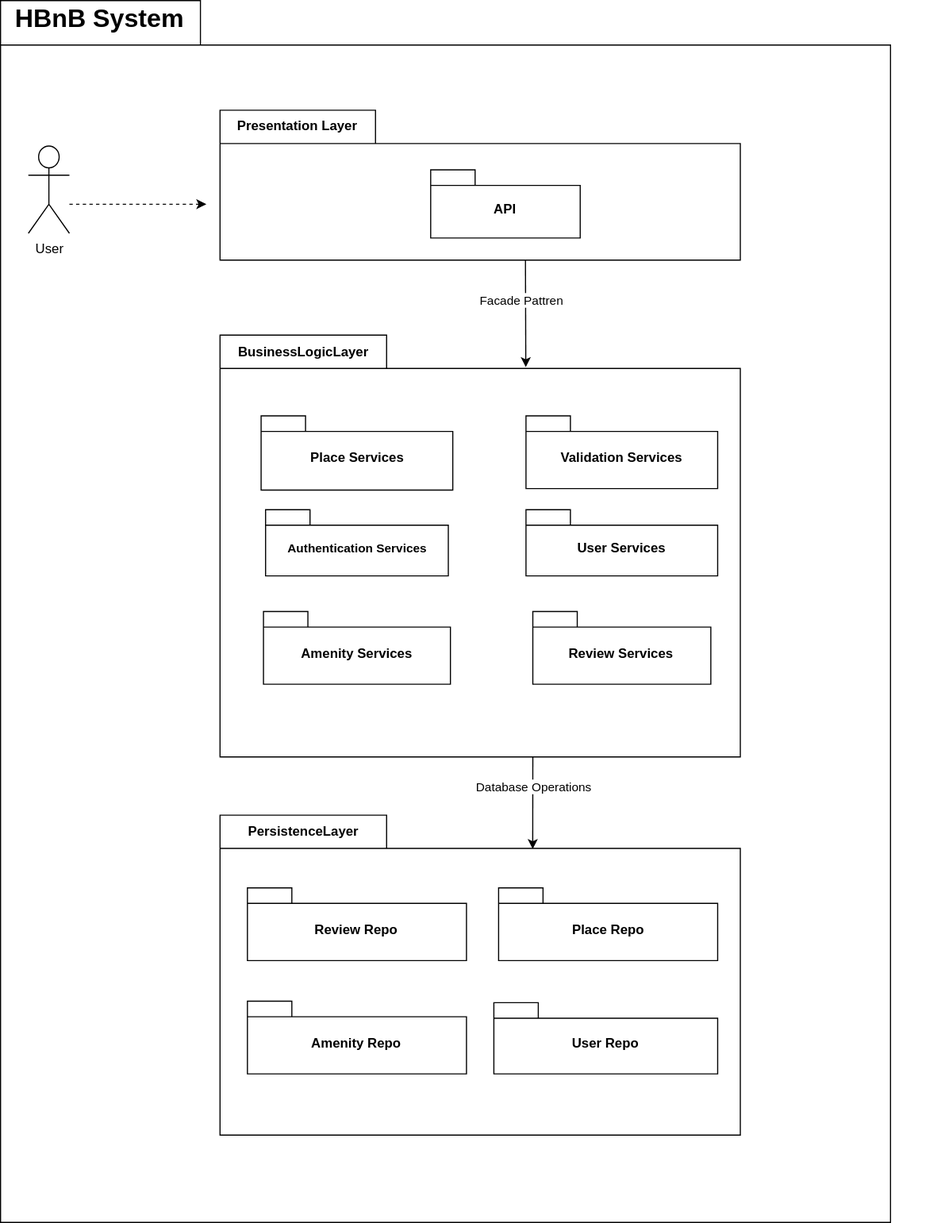
t8pr/holbertonschool-hbnb keeps this draw.io diagram as part1/SoftwareArchitecturePatterns/Hbnb_High_Level_Package_Diagram.svg. Above is the earlier version. Source tidied: cells renumbered, new cells last; positions are measured from the earlier drawing's top-left corner, leaving out a move shared by most shapes.
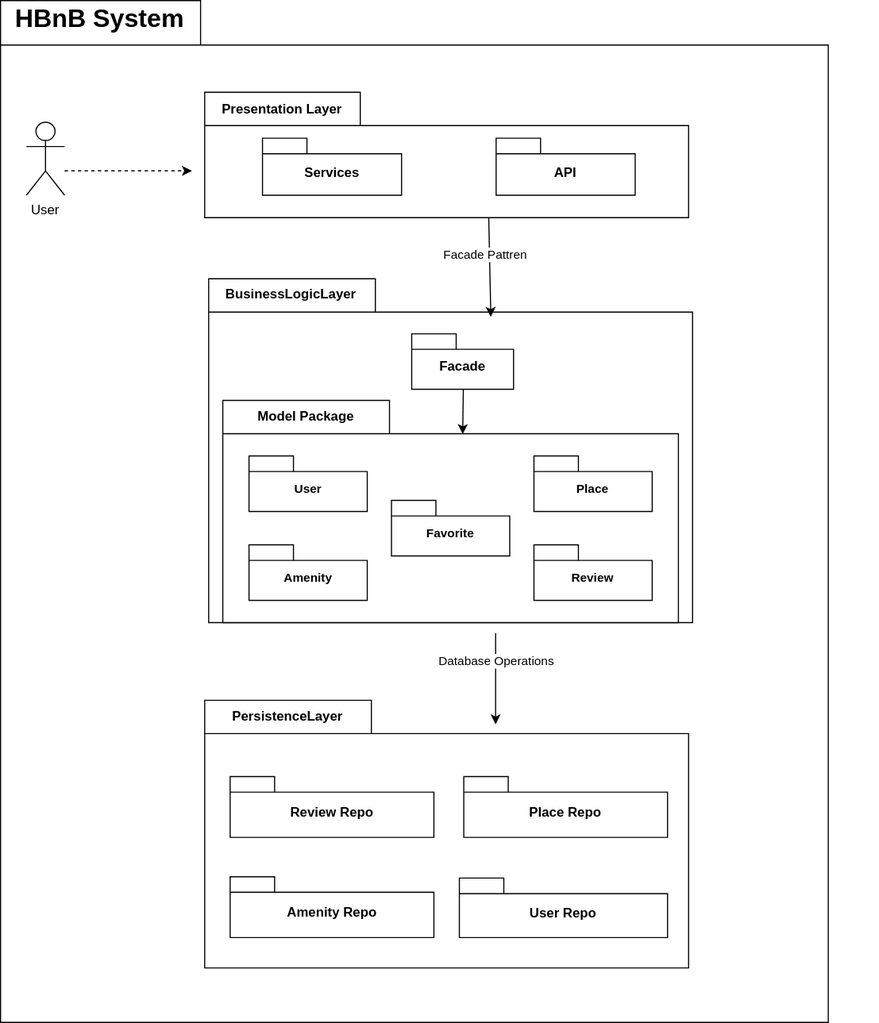
Above is the later version.

Commit message:
added facde package to business logic layer

The edit, as a diff of the source:
```diff
@@ -2,24 +2,25 @@
   <root>
     <mxCell id="0" />
     <mxCell id="1" parent="0" />
-    <mxCell id="2" style="group;" parent="1" vertex="1">
-      <mxGeometry width="850" height="1100" as="geometry" />
-    </mxCell>
-    <mxCell id="3" style="html=1;strokeColor=none;fillColor=none;whiteSpace=wrap;" parent="2" vertex="1">
-      <mxGeometry x="765" y="112.8" width="85" height="42.3" as="geometry" />
-    </mxCell>
-    <mxCell id="4" value="&lt;font style=&quot;font-size: 23px; color: light-dark(rgb(0, 0, 0), rgb(0, 0, 0));&quot;&gt;&lt;b&gt;&amp;nbsp;HBnB System&lt;/b&gt;&lt;/font&gt;" style="shape=folder;xSize=90;align=left;spacingLeft=10;align=left;verticalAlign=top;spacingLeft=5;spacingTop=-4;tabWidth=180;tabHeight=40;tabPosition=left;html=1;strokeColor=light-dark(#000000,#000000);fillColor=light-dark(#FFFFFF,#FFFFFF);" parent="2" vertex="1">
-      <mxGeometry width="801.4" height="1100" as="geometry" />
+    <mxCell id="4" value="&lt;font style=&quot;font-size: 23px; color: light-dark(rgb(0, 0, 0), rgb(0, 0, 0));&quot;&gt;&lt;b&gt;&amp;nbsp;HBnB System&lt;/b&gt;&lt;/font&gt;" style="shape=folder;xSize=90;align=left;spacingLeft=10;align=left;verticalAlign=top;spacingLeft=5;spacingTop=-4;tabWidth=180;tabHeight=40;tabPosition=left;html=1;strokeColor=light-dark(#000000,#000000);fillColor=light-dark(#FFFFFF,#FFFFFF);" parent="1" vertex="1">
+      <mxGeometry x="50" y="70" width="744.9" height="920" as="geometry" />
     </mxCell>
-    <mxCell id="5" value="&lt;font style=&quot;font-size: 12px; color: light-dark(rgb(0, 0, 0), rgb(0, 0, 0));&quot;&gt;BusinessLogicLayer&lt;/font&gt;" style="shape=folder;fontStyle=1;tabWidth=150;tabHeight=30;tabPosition=left;html=1;boundedLbl=1;labelInHeader=1;whiteSpace=wrap;shadow=0;strokeColor=light-dark(#000000,#000000);fillColor=light-dark(#FFFFFF,#FFFFFF);" parent="2" vertex="1">
-      <mxGeometry x="197.6" y="301.2" width="468.5" height="379.8" as="geometry" />
+    <mxCell id="5" value="&lt;font style=&quot;font-size: 12px; color: light-dark(rgb(0, 0, 0), rgb(0, 0, 0));&quot;&gt;BusinessLogicLayer&lt;/font&gt;" style="shape=folder;fontStyle=1;tabWidth=150;tabHeight=30;tabPosition=left;html=1;boundedLbl=1;labelInHeader=1;whiteSpace=wrap;shadow=0;strokeColor=light-dark(#000000,#000000);fillColor=light-dark(#FFFFFF,#FFFFFF);" parent="1" vertex="1">
+      <mxGeometry x="237.3" y="320.5" width="435.4" height="309.5" as="geometry" />
     </mxCell>
+    <mxCell id="25" value="&lt;font style=&quot;font-size: 12px; color: light-dark(rgb(0, 0, 0), rgb(0, 0, 0));&quot;&gt;Model Package&lt;/font&gt;" style="shape=folder;fontStyle=1;tabWidth=150;tabHeight=30;tabPosition=left;html=1;boundedLbl=1;labelInHeader=1;whiteSpace=wrap;shadow=0;strokeColor=light-dark(#000000,#000000);fillColor=light-dark(#FFFFFF,#FFFFFF);" parent="1" vertex="1">
+      <mxGeometry x="250" y="430" width="410" height="200" as="geometry" />
+    </mxCell>
+    <mxCell id="3" style="html=1;strokeColor=none;fillColor=none;whiteSpace=wrap;" parent="1" vertex="1">
+      <mxGeometry x="761" y="164.4" width="79" height="35.4" as="geometry" />
+    </mxCell>
-    <mxCell id="6" value="&lt;font style=&quot;font-size: 12px; color: light-dark(rgb(0, 0, 0), rgb(0, 0, 0));&quot;&gt;Presentation Layer&lt;/font&gt;" style="shape=folder;fontStyle=1;tabWidth=140;tabHeight=30;tabPosition=left;html=1;boundedLbl=1;labelInHeader=1;whiteSpace=wrap;strokeColor=light-dark(#000000,#000000);fillColor=light-dark(#FFFFFF,#FFFFFF);" parent="2" vertex="1">
-      <mxGeometry x="197.6" y="98.7" width="468.5" height="135" as="geometry" />
+    <mxCell id="6" value="&lt;font style=&quot;font-size: 12px; color: light-dark(rgb(0, 0, 0), rgb(0, 0, 0));&quot;&gt;Presentation Layer&lt;/font&gt;" style="shape=folder;fontStyle=1;tabWidth=140;tabHeight=30;tabPosition=left;html=1;boundedLbl=1;labelInHeader=1;whiteSpace=wrap;strokeColor=light-dark(#000000,#000000);fillColor=light-dark(#FFFFFF,#FFFFFF);" parent="1" vertex="1">
+      <mxGeometry x="233.7" y="152.6" width="435.5" height="112.9" as="geometry" />
     </mxCell>
-    <mxCell id="7" style="endArrow=none;html=1;rounded=0;entryX=0.5;entryY=1;entryDx=0;entryDy=0;entryPerimeter=0;endFill=0;startArrow=classic;startFill=1;strokeColor=light-dark(#000000,#000000);exitX=0.601;exitY=0.106;exitDx=0;exitDy=0;exitPerimeter=0;" parent="2" edge="1" source="9">
+    <mxCell id="7" style="endArrow=none;html=1;rounded=0;entryX=0.5;entryY=1;entryDx=0;entryDy=0;entryPerimeter=0;endFill=0;startArrow=classic;startFill=1;exitX=0.5;exitY=0.159;exitDx=0;exitDy=0;exitPerimeter=0;strokeColor=light-dark(#000000,#000000);" parent="1" edge="1">
       <mxGeometry relative="1" as="geometry">
-        <mxPoint x="479.3" y="681" as="targetPoint" />
+        <mxPoint x="495.5" y="721.6" as="sourcePoint" />
+        <mxPoint x="495.5" y="639.5" as="targetPoint" />
       </mxGeometry>
     </mxCell>
     <mxCell id="8" value="&lt;font style=&quot;color: light-dark(rgb(0, 0, 0), rgb(0, 0, 0)); background-color: light-dark(rgb(255, 255, 255), rgb(255, 255, 255));&quot;&gt;Database Operations&lt;/font&gt;" style="edgeLabel;html=1;align=center;verticalAlign=middle;strokeColor=light-dark(#000000,#000000);fillColor=light-dark(transparent,#FFFFFF);" parent="7" vertex="1">
@@ -27,18 +28,18 @@
         <mxPoint x="-5" y="-24" as="offset" />
       </mxGeometry>
     </mxCell>
-    <mxCell id="9" value="&lt;font style=&quot;color: light-dark(rgb(0, 0, 0), rgb(0, 0, 0));&quot;&gt;PersistenceLayer&lt;/font&gt;" style="shape=folder;fontStyle=1;tabWidth=150;tabHeight=30;tabPosition=left;html=1;boundedLbl=1;labelInHeader=1;whiteSpace=wrap;strokeColor=light-dark(#000000,#000000);fillColor=light-dark(#FFFFFF,#FFFFFF);" parent="2" vertex="1">
-      <mxGeometry x="197.6" y="733.3" width="468.5" height="288.1" as="geometry" />
+    <mxCell id="9" value="&lt;font style=&quot;color: light-dark(rgb(0, 0, 0), rgb(0, 0, 0));&quot;&gt;PersistenceLayer&lt;/font&gt;" style="shape=folder;fontStyle=1;tabWidth=150;tabHeight=30;tabPosition=left;html=1;boundedLbl=1;labelInHeader=1;whiteSpace=wrap;strokeColor=light-dark(#000000,#000000);fillColor=light-dark(#FFFFFF,#FFFFFF);" parent="1" vertex="1">
+      <mxGeometry x="233.7" y="700" width="435.5" height="241" as="geometry" />
     </mxCell>
-    <mxCell id="10" value="&lt;font style=&quot;color: light-dark(rgb(0, 0, 0), rgb(0, 0, 0));&quot;&gt;User Repo&lt;/font&gt;" style="shape=folder;fontStyle=1;spacingTop=10;tabWidth=40;tabHeight=14;tabPosition=left;html=1;whiteSpace=wrap;strokeColor=light-dark(#000000,#000000);fillColor=light-dark(#FFFFFF,#FFFFFF);" parent="2" vertex="1">
-      <mxGeometry x="444.2" y="902.2" width="201.5" height="64.1" as="geometry" />
+    <mxCell id="10" value="&lt;font style=&quot;color: light-dark(rgb(0, 0, 0), rgb(0, 0, 0));&quot;&gt;User Repo&lt;/font&gt;" style="shape=folder;fontStyle=1;spacingTop=10;tabWidth=40;tabHeight=14;tabPosition=left;html=1;whiteSpace=wrap;strokeColor=light-dark(#000000,#000000);fillColor=light-dark(#FFFFFF,#FFFFFF);" parent="1" vertex="1">
+      <mxGeometry x="462.9" y="860" width="187.3" height="53.6" as="geometry" />
     </mxCell>
-    <mxCell id="11" value="&lt;font style=&quot;color: light-dark(rgb(0, 0, 0), rgb(0, 0, 0));&quot;&gt;Place Repo&lt;/font&gt;" style="shape=folder;fontStyle=1;spacingTop=10;tabWidth=40;tabHeight=14;tabPosition=left;html=1;whiteSpace=wrap;strokeColor=light-dark(#000000,#000000);fillColor=light-dark(#FFFFFF,#FFFFFF);" parent="2" vertex="1">
-      <mxGeometry x="448.5" y="798.8" width="197.3" height="65.5" as="geometry" />
+    <mxCell id="11" value="&lt;font style=&quot;color: light-dark(rgb(0, 0, 0), rgb(0, 0, 0));&quot;&gt;Place Repo&lt;/font&gt;" style="shape=folder;fontStyle=1;spacingTop=10;tabWidth=40;tabHeight=14;tabPosition=left;html=1;whiteSpace=wrap;strokeColor=light-dark(#000000,#000000);fillColor=light-dark(#FFFFFF,#FFFFFF);" parent="1" vertex="1">
+      <mxGeometry x="466.8" y="768.7" width="183.3" height="54.8" as="geometry" />
     </mxCell>
-    <mxCell id="12" style="endArrow=none;html=1;rounded=0;entryX=0.587;entryY=0.999;entryDx=0;entryDy=0;entryPerimeter=0;endFill=0;startArrow=classic;startFill=1;strokeColor=light-dark(#000000,#000000);" parent="2" edge="1" target="6">
+    <mxCell id="12" style="endArrow=none;html=1;rounded=0;entryX=0.587;entryY=0.999;entryDx=0;entryDy=0;entryPerimeter=0;endFill=0;startArrow=classic;startFill=1;strokeColor=light-dark(#000000,#000000);" parent="1" edge="1" target="6">
       <mxGeometry relative="1" as="geometry">
-        <mxPoint x="473" y="330" as="sourcePoint" />
+        <mxPoint x="491.2" y="354.8" as="sourcePoint" />
       </mxGeometry>
     </mxCell>
     <mxCell id="13" value="&lt;font style=&quot;color: light-dark(rgb(0, 0, 0), rgb(0, 0, 0)); background-color: light-dark(rgb(255, 255, 255), rgb(255, 255, 255));&quot;&gt;Facade Pattren&lt;/font&gt;" style="edgeLabel;html=1;align=center;verticalAlign=middle;strokeColor=light-dark(#000000,#000000);fillColor=light-dark(transparent,#FFFFFF);" parent="12" vertex="1">
@@ -46,41 +47,50 @@
         <mxPoint x="-2" y="-21" as="offset" />
       </mxGeometry>
     </mxCell>
-    <mxCell id="14" value="User" style="shape=umlActor;verticalLabelPosition=bottom;verticalAlign=top;html=1;strokeColor=light-dark(#000000,#000000);" parent="2" vertex="1">
-      <mxGeometry x="25" y="131" width="37" height="78.6" as="geometry" />
+    <mxCell id="14" value="User" style="shape=umlActor;verticalLabelPosition=bottom;verticalAlign=top;html=1;strokeColor=light-dark(#000000,#000000);" parent="1" vertex="1">
+      <mxGeometry x="73.3" y="179.5" width="34.4" height="65.7" as="geometry" />
     </mxCell>
-    <mxCell id="15" style="endArrow=classic;html=1;rounded=0;dashed=1;strokeColor=light-dark(#000000,#000000);" parent="2" edge="1">
+    <mxCell id="15" style="endArrow=classic;html=1;rounded=0;dashed=1;strokeColor=light-dark(#000000,#000000);" parent="1" edge="1">
       <mxGeometry relative="1" as="geometry">
-        <mxPoint x="62" y="183.3" as="sourcePoint" />
-        <mxPoint x="185.3" y="183.3" as="targetPoint" />
+        <mxPoint x="107.6" y="223.3" as="sourcePoint" />
+        <mxPoint x="222.2" y="223.3" as="targetPoint" />
       </mxGeometry>
     </mxCell>
-    <mxCell id="16" value="&lt;font style=&quot;color: light-dark(rgb(0, 0, 0), rgb(0, 0, 0));&quot;&gt;User Services&lt;/font&gt;" style="shape=folder;fontStyle=1;spacingTop=10;tabWidth=40;tabHeight=14;tabPosition=left;html=1;whiteSpace=wrap;strokeColor=light-dark(#000000,#000000);fillColor=light-dark(#FFFFFF,#FFFFFF);" parent="2" vertex="1">
-      <mxGeometry x="473.2" y="458.3" width="172.6" height="59.6" as="geometry" />
-    </mxCell>
-    <mxCell id="17" value="&lt;font style=&quot;color: light-dark(rgb(0, 0, 0), rgb(0, 0, 0));&quot;&gt;Place Services&lt;/font&gt;" style="shape=folder;fontStyle=1;spacingTop=10;tabWidth=40;tabHeight=14;tabPosition=left;html=1;whiteSpace=wrap;strokeColor=light-dark(#000000,#000000);fillColor=light-dark(#FFFFFF,#FFFFFF);" parent="2" vertex="1">
-      <mxGeometry x="234.6" y="373.9" width="172.6" height="66.8" as="geometry" />
-    </mxCell>
-    <mxCell id="18" value="&lt;font style=&quot;color: light-dark(rgb(0, 0, 0), rgb(0, 0, 0));&quot;&gt;Validation Services&lt;/font&gt;" style="shape=folder;fontStyle=1;spacingTop=10;tabWidth=40;tabHeight=14;tabPosition=left;html=1;whiteSpace=wrap;strokeColor=light-dark(#000000,#000000);fillColor=light-dark(#FFFFFF,#FFFFFF);" parent="2" vertex="1">
-      <mxGeometry x="473.2" y="373.9" width="172.6" height="65.5" as="geometry" />
+    <mxCell id="18" value="&lt;font style=&quot;color: light-dark(rgb(0, 0, 0), rgb(0, 0, 0));&quot;&gt;Facade&lt;/font&gt;" style="shape=folder;fontStyle=1;spacingTop=10;tabWidth=40;tabHeight=14;tabPosition=left;html=1;whiteSpace=wrap;strokeColor=light-dark(#000000,#000000);fillColor=light-dark(#FFFFFF,#FFFFFF);" parent="1" vertex="1">
+      <mxGeometry x="420" y="370" width="91.6" height="50" as="geometry" />
     </mxCell>
-    <mxCell id="19" value="&lt;font style=&quot;font-size: 11px; color: light-dark(rgb(0, 0, 0), rgb(0, 0, 0));&quot;&gt;Authentication Services&lt;/font&gt;" style="shape=folder;fontStyle=1;spacingTop=10;tabWidth=40;tabHeight=14;tabPosition=left;html=1;whiteSpace=wrap;strokeColor=light-dark(#000000,#000000);fillColor=light-dark(#FFFFFF,#FFFFFF);" parent="2" vertex="1">
-      <mxGeometry x="238.7" y="458.3" width="164.6" height="59.6" as="geometry" />
+    <mxCell id="19" value="&lt;font style=&quot;font-size: 11px; color: light-dark(rgb(0, 0, 0), rgb(0, 0, 0));&quot;&gt;User&lt;/font&gt;" style="shape=folder;fontStyle=1;spacingTop=10;tabWidth=40;tabHeight=14;tabPosition=left;html=1;whiteSpace=wrap;strokeColor=light-dark(#000000,#000000);fillColor=light-dark(#FFFFFF,#FFFFFF);" parent="1" vertex="1">
+      <mxGeometry x="273.6" y="480" width="106.4" height="50" as="geometry" />
     </mxCell>
-    <mxCell id="20" value="&lt;font style=&quot;color: light-dark(rgb(0, 0, 0), rgb(0, 0, 0));&quot;&gt;Amenity Repo&lt;/font&gt;" style="shape=folder;fontStyle=1;spacingTop=10;tabWidth=40;tabHeight=14;tabPosition=left;html=1;whiteSpace=wrap;strokeColor=light-dark(#000000,#000000);fillColor=light-dark(#FFFFFF,#FFFFFF);" parent="2" vertex="1">
-      <mxGeometry x="222.3" y="900.8" width="197.3" height="65.5" as="geometry" />
+    <mxCell id="20" value="&lt;font style=&quot;color: light-dark(rgb(0, 0, 0), rgb(0, 0, 0));&quot;&gt;Amenity Repo&lt;/font&gt;" style="shape=folder;fontStyle=1;spacingTop=10;tabWidth=40;tabHeight=14;tabPosition=left;html=1;whiteSpace=wrap;strokeColor=light-dark(#000000,#000000);fillColor=light-dark(#FFFFFF,#FFFFFF);" parent="1" vertex="1">
+      <mxGeometry x="256.6" y="858.9" width="183.3" height="54.8" as="geometry" />
     </mxCell>
-    <mxCell id="21" value="&lt;font style=&quot;color: light-dark(rgb(0, 0, 0), rgb(0, 0, 0));&quot;&gt;Review Repo&lt;/font&gt;" style="shape=folder;fontStyle=1;spacingTop=10;tabWidth=40;tabHeight=14;tabPosition=left;html=1;whiteSpace=wrap;strokeColor=light-dark(#000000,#000000);fillColor=light-dark(#FFFFFF,#FFFFFF);" parent="2" vertex="1">
-      <mxGeometry x="222.3" y="798.8" width="197.3" height="65.5" as="geometry" />
+    <mxCell id="21" value="&lt;font style=&quot;color: light-dark(rgb(0, 0, 0), rgb(0, 0, 0));&quot;&gt;Review Repo&lt;/font&gt;" style="shape=folder;fontStyle=1;spacingTop=10;tabWidth=40;tabHeight=14;tabPosition=left;html=1;whiteSpace=wrap;strokeColor=light-dark(#000000,#000000);fillColor=light-dark(#FFFFFF,#FFFFFF);" parent="1" vertex="1">
+      <mxGeometry x="256.6" y="768.7" width="183.3" height="54.8" as="geometry" />
     </mxCell>
-    <mxCell id="22" value="&lt;font style=&quot;color: light-dark(rgb(0, 0, 0), rgb(0, 0, 0));&quot;&gt;Review Services&lt;/font&gt;" style="shape=folder;fontStyle=1;spacingTop=10;tabWidth=40;tabHeight=14;tabPosition=left;html=1;whiteSpace=wrap;strokeColor=light-dark(#000000,#000000);fillColor=light-dark(#FFFFFF,#FFFFFF);" parent="2" vertex="1">
-      <mxGeometry x="479.3" y="550" width="160.3" height="65.5" as="geometry" />
-    </mxCell>
-    <mxCell id="23" value="&lt;font style=&quot;color: light-dark(rgb(0, 0, 0), rgb(0, 0, 0));&quot;&gt;Amenity Services&lt;/font&gt;" style="shape=folder;fontStyle=1;spacingTop=10;tabWidth=40;tabHeight=14;tabPosition=left;html=1;whiteSpace=wrap;strokeColor=light-dark(#000000,#000000);fillColor=light-dark(#FFFFFF,#FFFFFF);" parent="2" vertex="1">
-      <mxGeometry x="236.8" y="550" width="168.3" height="65.5" as="geometry" />
-    </mxCell>
-    <mxCell id="24" value="&lt;font style=&quot;color: light-dark(rgb(0, 0, 0), rgb(0, 0, 0));&quot;&gt;API&lt;/font&gt;" style="shape=folder;fontStyle=1;spacingTop=10;tabWidth=40;tabHeight=14;tabPosition=left;html=1;whiteSpace=wrap;strokeColor=light-dark(#000000,#000000);fillColor=light-dark(#FFFFFF,#FFFFFF);" parent="2" vertex="1">
-      <mxGeometry x="387.4" y="152.4" width="134.6" height="61.4" as="geometry" />
+    <mxCell id="24" value="&lt;font style=&quot;color: light-dark(rgb(0, 0, 0), rgb(0, 0, 0));&quot;&gt;Services&lt;/font&gt;" style="shape=folder;fontStyle=1;spacingTop=10;tabWidth=40;tabHeight=14;tabPosition=left;html=1;whiteSpace=wrap;strokeColor=light-dark(#000000,#000000);fillColor=light-dark(#FFFFFF,#FFFFFF);" parent="1" vertex="1">
+      <mxGeometry x="285.7" y="193.9" width="125.1" height="51.3" as="geometry" />
     </mxCell>
+    <mxCell id="26" value="&lt;font style=&quot;color: light-dark(rgb(0, 0, 0), rgb(0, 0, 0));&quot;&gt;API&lt;/font&gt;" style="shape=folder;fontStyle=1;spacingTop=10;tabWidth=40;tabHeight=14;tabPosition=left;html=1;whiteSpace=wrap;strokeColor=light-dark(#000000,#000000);fillColor=light-dark(#FFFFFF,#FFFFFF);" parent="1" vertex="1">
+      <mxGeometry x="496" y="193.9" width="125.1" height="51.3" as="geometry" />
+    </mxCell>
+    <mxCell id="27" value="&lt;font style=&quot;font-size: 11px; color: light-dark(rgb(0, 0, 0), rgb(0, 0, 0));&quot;&gt;Place&lt;/font&gt;" style="shape=folder;fontStyle=1;spacingTop=10;tabWidth=40;tabHeight=14;tabPosition=left;html=1;whiteSpace=wrap;strokeColor=light-dark(#000000,#000000);fillColor=light-dark(#FFFFFF,#FFFFFF);" parent="1" vertex="1">
+      <mxGeometry x="530" y="480" width="106.4" height="50" as="geometry" />
+    </mxCell>
+    <mxCell id="28" value="&lt;font style=&quot;font-size: 11px; color: light-dark(rgb(0, 0, 0), rgb(0, 0, 0));&quot;&gt;Amenity&lt;/font&gt;" style="shape=folder;fontStyle=1;spacingTop=10;tabWidth=40;tabHeight=14;tabPosition=left;html=1;whiteSpace=wrap;strokeColor=light-dark(#000000,#000000);fillColor=light-dark(#FFFFFF,#FFFFFF);" parent="1" vertex="1">
+      <mxGeometry x="273.6" y="560" width="106.4" height="50" as="geometry" />
+    </mxCell>
+    <mxCell id="29" value="&lt;font style=&quot;font-size: 11px; color: light-dark(rgb(0, 0, 0), rgb(0, 0, 0));&quot;&gt;Review&lt;/font&gt;" style="shape=folder;fontStyle=1;spacingTop=10;tabWidth=40;tabHeight=14;tabPosition=left;html=1;whiteSpace=wrap;strokeColor=light-dark(#000000,#000000);fillColor=light-dark(#FFFFFF,#FFFFFF);" parent="1" vertex="1">
+      <mxGeometry x="530" y="560" width="106.4" height="50" as="geometry" />
+    </mxCell>
+    <mxCell id="30" value="&lt;font style=&quot;font-size: 11px; color: light-dark(rgb(0, 0, 0), rgb(0, 0, 0));&quot;&gt;Favorite&lt;/font&gt;" style="shape=folder;fontStyle=1;spacingTop=10;tabWidth=40;tabHeight=14;tabPosition=left;html=1;whiteSpace=wrap;strokeColor=light-dark(#000000,#000000);fillColor=light-dark(#FFFFFF,#FFFFFF);" parent="1" vertex="1">
+      <mxGeometry x="401.8" y="520" width="106.4" height="50" as="geometry" />
+    </mxCell>
+    <mxCell id="31" style="edgeStyle=none;html=1;entryX=0.524;entryY=0.152;entryDx=0;entryDy=0;entryPerimeter=0;" parent="1" edge="1">
+      <mxGeometry relative="1" as="geometry">
+        <mxPoint x="466.4" y="420" as="sourcePoint" />
+        <mxPoint x="465.8" y="460.4" as="targetPoint" />
+      </mxGeometry>
+    </mxCell>
   </root>
 </mxGraphModel>
```
